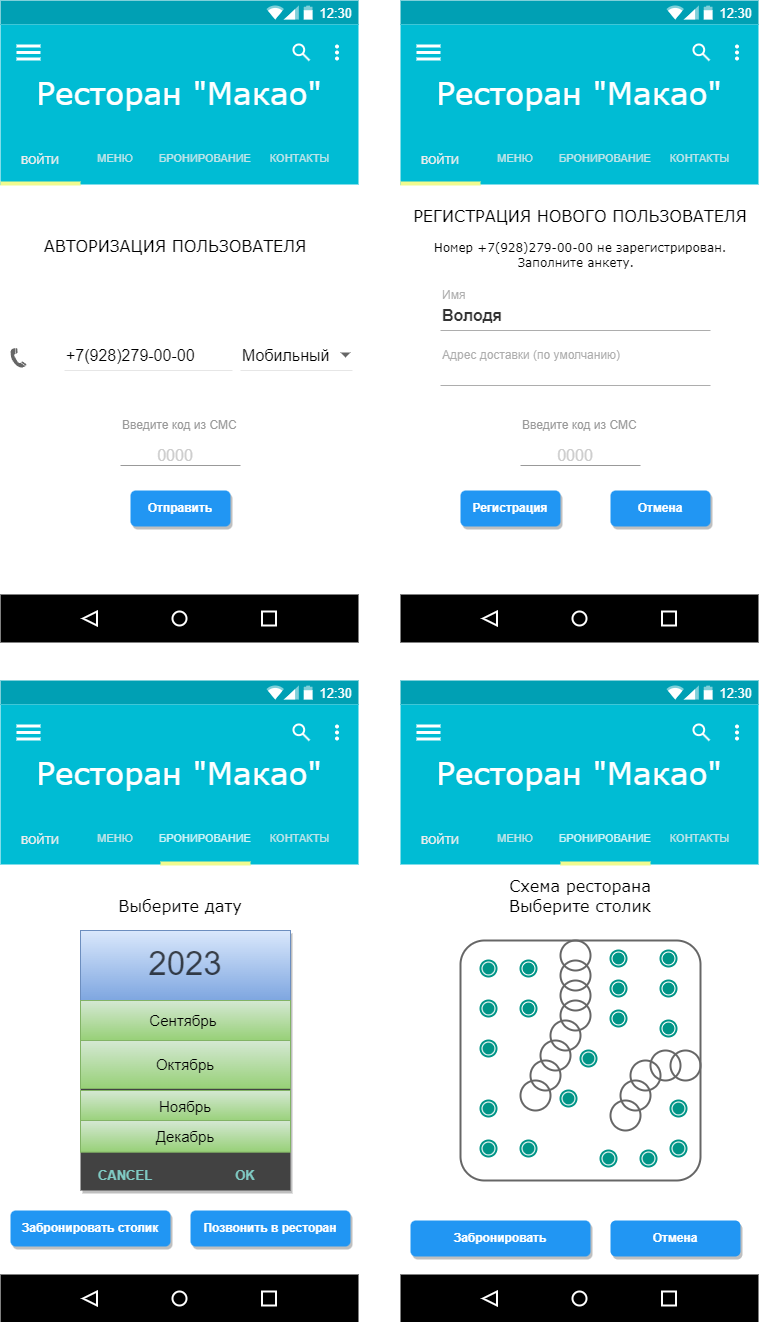
This is hw08/UX-UI.png from PavelVolchenko/SoftwareArchitecture, a draw.io export, as it was before one commit. Source tidied: cells renumbered, new cells last; positions are measured from the earlier drawing's top-left corner, leaving out a move shared by most shapes.
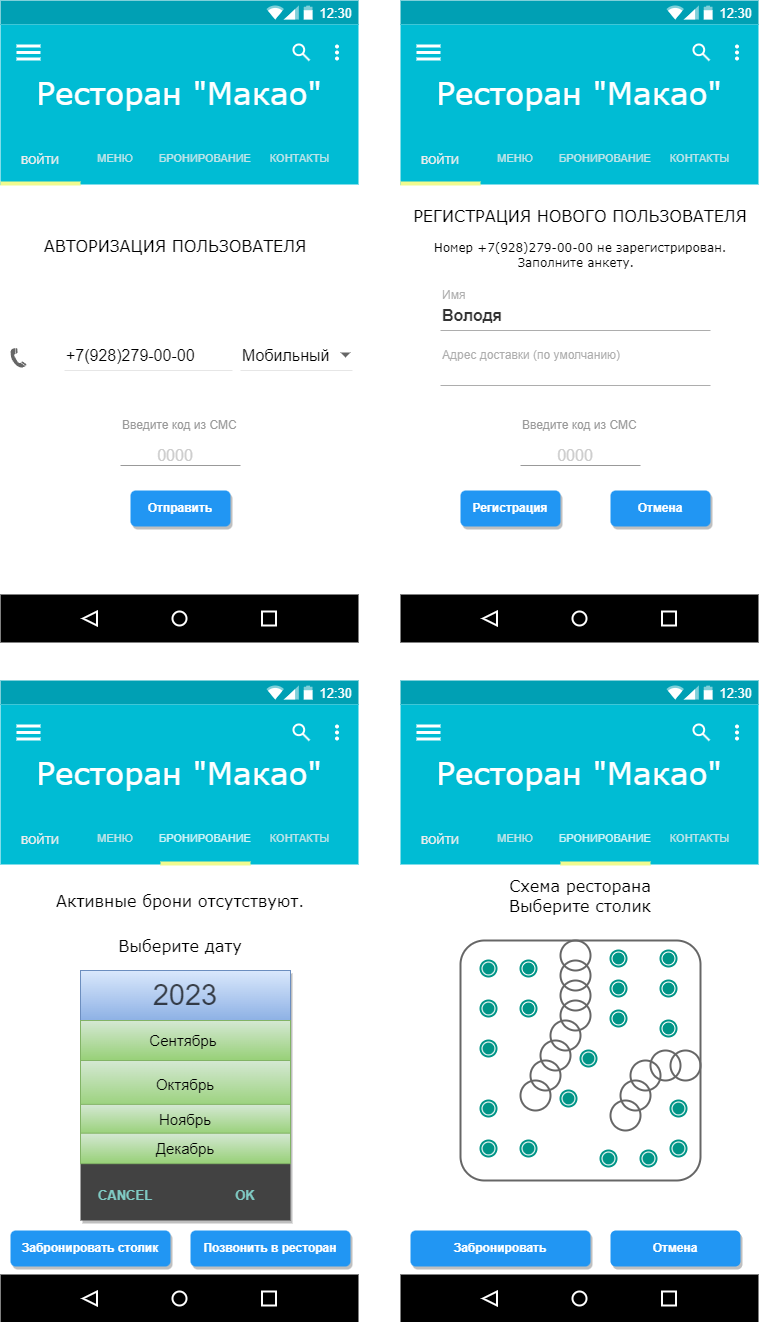
Above is the later version.

What changed in the source:
```diff
@@ -295,46 +295,49 @@
       <mxGeometry x="160" y="110" width="90.3" height="48" as="geometry" />
     </mxCell>
     <mxCell id="74" value="&lt;font style=&quot;font-size: 16px;&quot;&gt;Выберите дату&lt;/font&gt;" style="text;html=1;strokeColor=none;fillColor=none;align=center;verticalAlign=middle;whiteSpace=wrap;rounded=0;shadow=0;fontStyle=0;fontFamily=Verdana;" parent="58" vertex="1">
-      <mxGeometry x="10" y="210" width="340" height="30" as="geometry" />
+      <mxGeometry x="10" y="250" width="340" height="30" as="geometry" />
     </mxCell>
     <mxCell id="75" value="Забронировать столик" style="whiteSpace=wrap;html=1;dashed=0;align=center;fontSize=12;shape=rect;fillColor=#2196F3;strokeColor=none;fontStyle=1;shadow=1;fontColor=#ffffff;rounded=1;" parent="58" vertex="1">
-      <mxGeometry x="10" y="530" width="160" height="36" as="geometry" />
+      <mxGeometry x="10" y="550" width="160" height="36" as="geometry" />
     </mxCell>
     <mxCell id="76" value="Позвонить в ресторан" style="whiteSpace=wrap;html=1;dashed=0;align=center;fontSize=12;shape=rect;fillColor=#2196F3;strokeColor=none;fontStyle=1;shadow=1;fontColor=#ffffff;rounded=1;" parent="58" vertex="1">
-      <mxGeometry x="190" y="530" width="160" height="36" as="geometry" />
+      <mxGeometry x="190" y="550" width="160" height="36" as="geometry" />
     </mxCell>
     <mxCell id="77" style="shape=rect;fillColor=#424242;strokeColor=none;shadow=1;" parent="58" vertex="1">
-      <mxGeometry x="80" y="250" width="210" height="260" as="geometry" />
+      <mxGeometry x="80" y="290" width="210" height="250" as="geometry" />
     </mxCell>
-    <mxCell id="78" value="2023" style="shape=rect;fillColor=#dae8fc;strokeColor=#6c8ebf;align=center;spacing=16;fontSize=33;verticalAlign=bottom;textOpacity=70;whiteSpace=wrap;html=1;gradientColor=#7ea6e0;" parent="77" vertex="1">
-      <mxGeometry width="210" height="70" relative="1" as="geometry" />
+    <mxCell id="78" value="&lt;font style=&quot;font-size: 29px;&quot;&gt;2023&lt;/font&gt;" style="shape=rect;fillColor=#dae8fc;strokeColor=#6c8ebf;align=center;spacing=16;fontSize=33;verticalAlign=bottom;textOpacity=70;whiteSpace=wrap;html=1;gradientColor=#7ea6e0;" parent="77" vertex="1">
+      <mxGeometry width="210" height="60" relative="1" as="geometry" />
     </mxCell>
     <mxCell id="79" value="Сентябрь&amp;nbsp;" style="text;verticalAlign=middle;align=center;fontSize=15;html=1;whiteSpace=wrap;fillColor=#d5e8d4;gradientColor=#97d077;strokeColor=#82b366;" parent="77" vertex="1">
       <mxGeometry width="210" height="40" relative="1" as="geometry">
-        <mxPoint y="70" as="offset" />
+        <mxPoint y="50" as="offset" />
       </mxGeometry>
     </mxCell>
     <mxCell id="80" value="Октябрь" style="text;verticalAlign=middle;align=center;fontSize=15;html=1;whiteSpace=wrap;fillColor=#d5e8d4;strokeColor=#82b366;gradientColor=#97d077;" parent="77" vertex="1">
       <mxGeometry width="210" height="48" relative="1" as="geometry">
-        <mxPoint y="110" as="offset" />
+        <mxPoint y="90" as="offset" />
       </mxGeometry>
     </mxCell>
     <mxCell id="81" value="CANCEL" style="text;fontSize=13;fontColor=#80CBC4;spacingTop=0;whiteSpace=wrap;spacing=0;verticalAlign=middle;align=center;fontStyle=1;html=1;" parent="77" vertex="1">
       <mxGeometry x="1" y="1" width="70" height="50" relative="1" as="geometry">
-        <mxPoint x="-200" y="-40" as="offset" />
+        <mxPoint x="-200" y="-50" as="offset" />
       </mxGeometry>
     </mxCell>
     <mxCell id="82" value="OK" style="text;fontSize=13;fontColor=#80CBC4;spacingTop=0;whiteSpace=wrap;spacing=0;verticalAlign=middle;align=center;fontStyle=1;html=1;" parent="77" vertex="1">
       <mxGeometry x="1" y="1" width="90" height="50" relative="1" as="geometry">
-        <mxPoint x="-90" y="-40" as="offset" />
+        <mxPoint x="-90" y="-50" as="offset" />
       </mxGeometry>
     </mxCell>
     <mxCell id="83" value="Ноябрь" style="text;verticalAlign=middle;align=center;fontSize=15;html=1;whiteSpace=wrap;fillColor=#d5e8d4;strokeColor=#82b366;gradientColor=#97d077;" parent="77" vertex="1">
-      <mxGeometry y="160" width="210" height="31.7" as="geometry" />
+      <mxGeometry y="133.8" width="210" height="30.5" as="geometry" />
     </mxCell>
     <mxCell id="84" value="Декабрь" style="text;verticalAlign=middle;align=center;fontSize=15;html=1;whiteSpace=wrap;fillColor=#d5e8d4;strokeColor=#82b366;gradientColor=#97d077;" parent="77" vertex="1">
-      <mxGeometry y="190" width="210" height="31.7" as="geometry" />
+      <mxGeometry y="162.7" width="210" height="30.5" as="geometry" />
     </mxCell>
+    <mxCell id="138" value="&lt;font style=&quot;font-size: 16px;&quot;&gt;Активные брони отсутствуют.&lt;br&gt;&amp;nbsp;&lt;br&gt;&lt;/font&gt;" style="text;html=1;strokeColor=none;fillColor=none;align=center;verticalAlign=middle;whiteSpace=wrap;rounded=0;shadow=0;fontStyle=0;fontFamily=Verdana;" parent="58" vertex="1">
+      <mxGeometry x="10" y="200" width="340" height="60" as="geometry" />
+    </mxCell>
     <mxCell id="85" style="dashed=0;shape=rect;fillColor=#ffffff;strokeColor=none;fontFamily=Helvetica;fontSize=12;fontColor=default;" parent="1" vertex="1">
       <mxGeometry x="400" y="680" width="358" height="642" as="geometry" />
     </mxCell>
@@ -407,14 +410,14 @@
     <mxCell id="100" value="&lt;font&gt;БРОНИРОВАНИЕ&lt;/font&gt;" style="text;fontSize=11;fontColor=#FFFFFF;verticalAlign=middle;align=center;textOpacity=80;fontFamily=Helvetica;whiteSpace=wrap;html=1;spacing=2;" parent="92" vertex="1">
       <mxGeometry x="160" y="110" width="90.3" height="48" as="geometry" />
     </mxCell>
-    <mxCell id="101" value="&lt;font style=&quot;font-size: 16px;&quot;&gt;Схема ресторана&lt;br&gt;Выберите столик&lt;br&gt;&lt;/font&gt;" style="text;html=1;strokeColor=none;fillColor=none;align=center;verticalAlign=middle;whiteSpace=wrap;rounded=0;shadow=0;fontStyle=0;fontFamily=Verdana;" parent="85" vertex="1">
+    <mxCell id="101" value="&lt;font style=&quot;font-size: 16px;&quot;&gt;Схема ресторана&lt;br style=&quot;border-color: var(--border-color);&quot;&gt;Выберите столик&lt;br&gt;&lt;/font&gt;" style="text;html=1;strokeColor=none;fillColor=none;align=center;verticalAlign=middle;whiteSpace=wrap;rounded=0;shadow=0;fontStyle=0;fontFamily=Verdana;" parent="85" vertex="1">
       <mxGeometry x="10" y="200" width="340" height="30" as="geometry" />
     </mxCell>
     <mxCell id="102" value="Забронировать" style="whiteSpace=wrap;html=1;dashed=0;align=center;fontSize=12;shape=rect;fillColor=#2196F3;strokeColor=none;fontStyle=1;shadow=1;fontColor=#ffffff;rounded=1;" parent="85" vertex="1">
-      <mxGeometry x="10" y="540" width="180" height="36" as="geometry" />
+      <mxGeometry x="10" y="550" width="180" height="36" as="geometry" />
     </mxCell>
     <mxCell id="103" value="Отмена" style="whiteSpace=wrap;html=1;dashed=0;align=center;fontSize=12;shape=rect;fillColor=#2196F3;strokeColor=none;fontStyle=1;shadow=1;fontColor=#ffffff;rounded=1;" parent="85" vertex="1">
-      <mxGeometry x="210" y="540" width="130" height="36" as="geometry" />
+      <mxGeometry x="210" y="550" width="130" height="36" as="geometry" />
     </mxCell>
     <mxCell id="104" style="dashed=0;labelPosition=right;align=left;shape=mxgraph.gmdl.checkbox;strokeColor=#666666;fillColor=none;strokeWidth=2;sketch=0;html=1;" parent="85" vertex="1">
       <mxGeometry x="60" y="260" width="240" height="240" as="geometry" />
```
